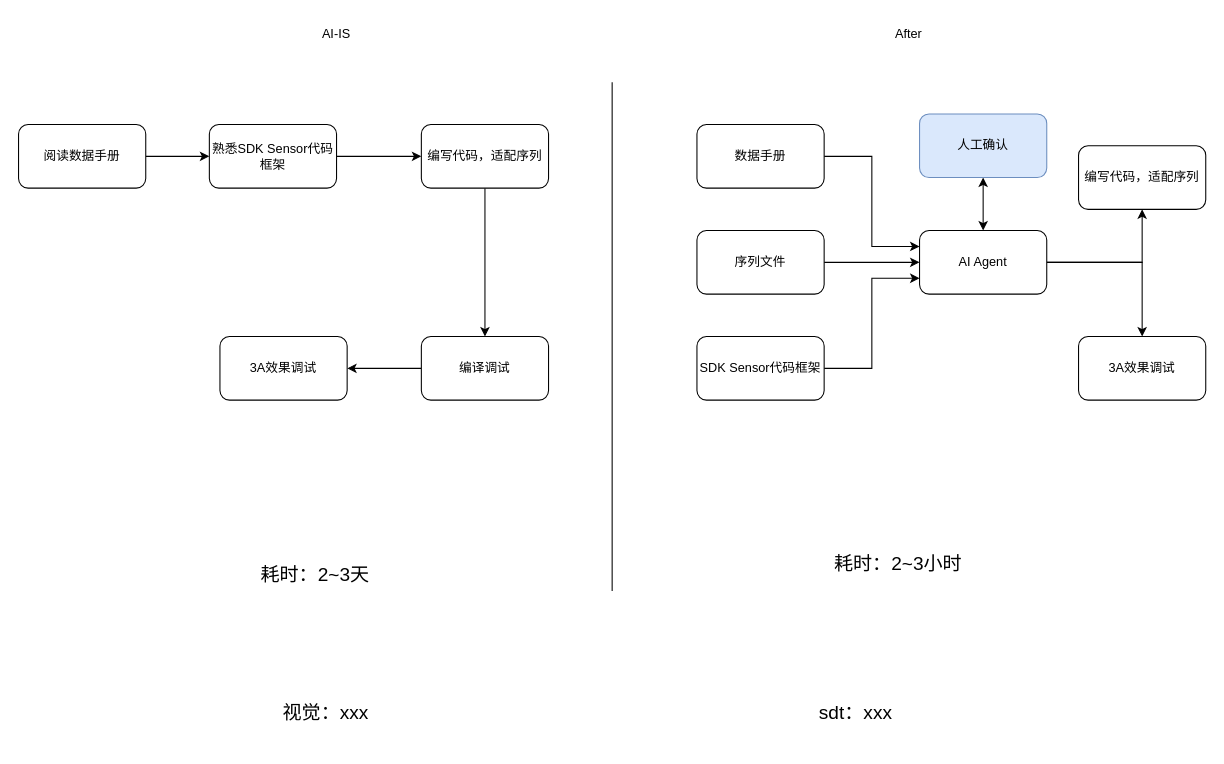
Before: page "sensor适配" (3 of 5) of 未命名绘图.drawio in halfmonth/record, a draw.io diagram. Source tidied: cells renumbered, new cells numbered last; positions are measured from the earlier drawing's top-left corner, leaving out a move shared by most shapes. Both pictures are drawn from the tidied source at 106%, with x=0, y=0 at pixel (18, 18).
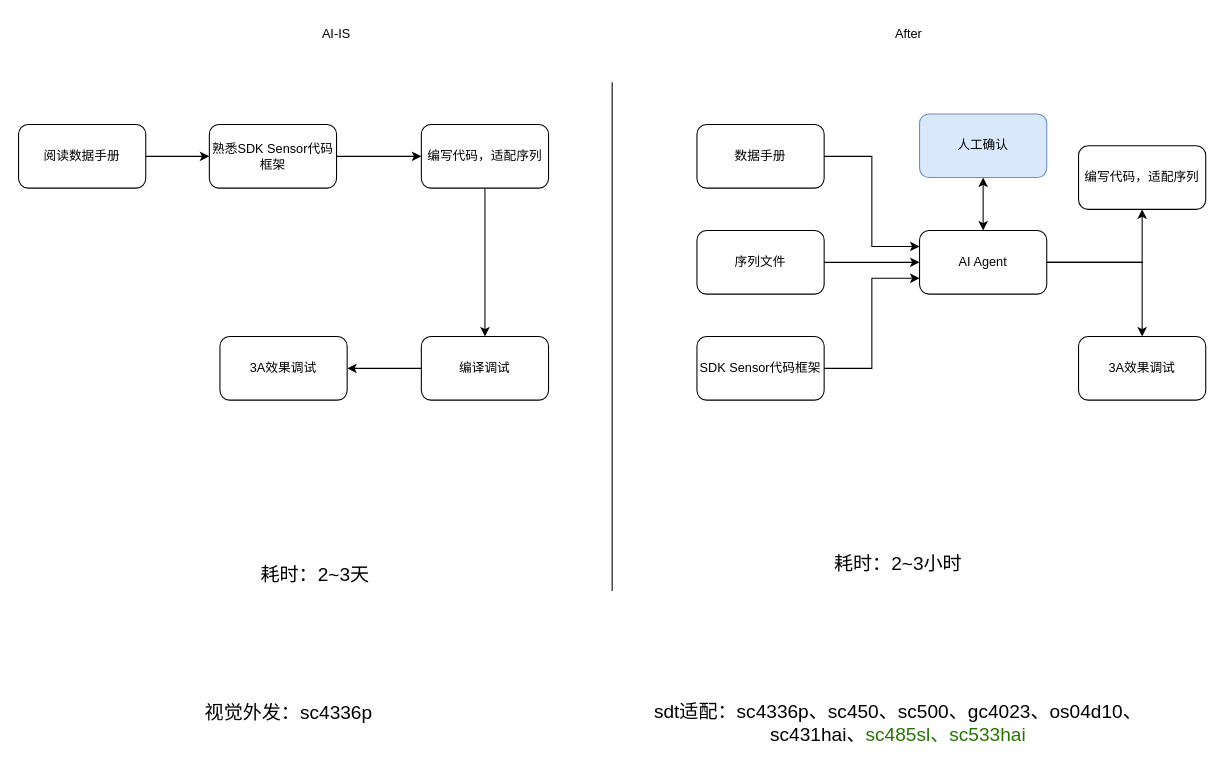
The same page after the edit.

Change to the diagram source:
```diff
@@
-    <mxCell id="29" value="&lt;font style=&quot;font-size: 18px;&quot;&gt;视觉：xxx&lt;/font&gt;" style="text;html=1;whiteSpace=wrap;strokeColor=none;fillColor=none;align=center;verticalAlign=middle;rounded=0;" parent="1" vertex="1">
-      <mxGeometry x="200" y="640" width="180" height="30" as="geometry" />
+    <mxCell id="29" value="&lt;font style=&quot;font-size: 18px;&quot;&gt;视觉外发：sc4336p&lt;/font&gt;" style="text;html=1;whiteSpace=wrap;strokeColor=none;fillColor=none;align=center;verticalAlign=middle;rounded=0;" parent="1" vertex="1">
+      <mxGeometry x="70" y="640" width="370" height="30" as="geometry" />
     </mxCell>
-    <mxCell id="30" value="&lt;font style=&quot;font-size: 18px;&quot;&gt;sdt：xxx&lt;/font&gt;" style="text;html=1;whiteSpace=wrap;strokeColor=none;fillColor=none;align=center;verticalAlign=middle;rounded=0;" parent="1" vertex="1">
-      <mxGeometry x="700" y="640" width="180" height="30" as="geometry" />
+    <mxCell id="30" value="&lt;font style=&quot;font-size: 18px;&quot;&gt;sdt适配：sc4336p、sc450、sc500、gc4023、os04d10、sc431hai、&lt;font style=&quot;color: light-dark(rgb(36, 116, 2), rgb(237, 237, 237));&quot;&gt;sc485sl、sc533hai&lt;/font&gt;&lt;/font&gt;" style="text;html=1;whiteSpace=wrap;strokeColor=none;fillColor=none;align=center;verticalAlign=middle;rounded=0;" parent="1" vertex="1">
+      <mxGeometry x="585" y="650" width="490" height="30" as="geometry" />
     </mxCell>
```
